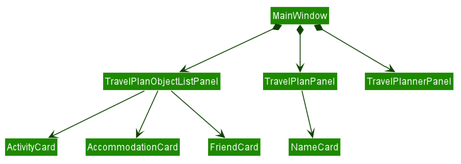
Above: docs/images/GoToUiClassDiagram.png in underthehai/tp (PlantUML), before the change.
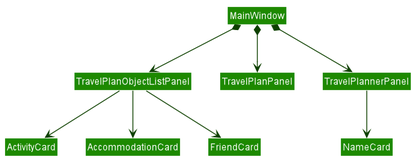
After the commit.

What changed in the source:
```diff
@@ -58,7 +58,7 @@
 MainWindow *-down-> TravelPlanPanel
 MainWindow *-down-> TravelPlannerPanel
 
-TravelPlanPanel -down-> NameCard
+TravelPlannerPanel -down-> NameCard
 
 TravelPlanObjectListPanel -down-> ActivityCard
 TravelPlanObjectListPanel -down-> AccommodationCard
```
